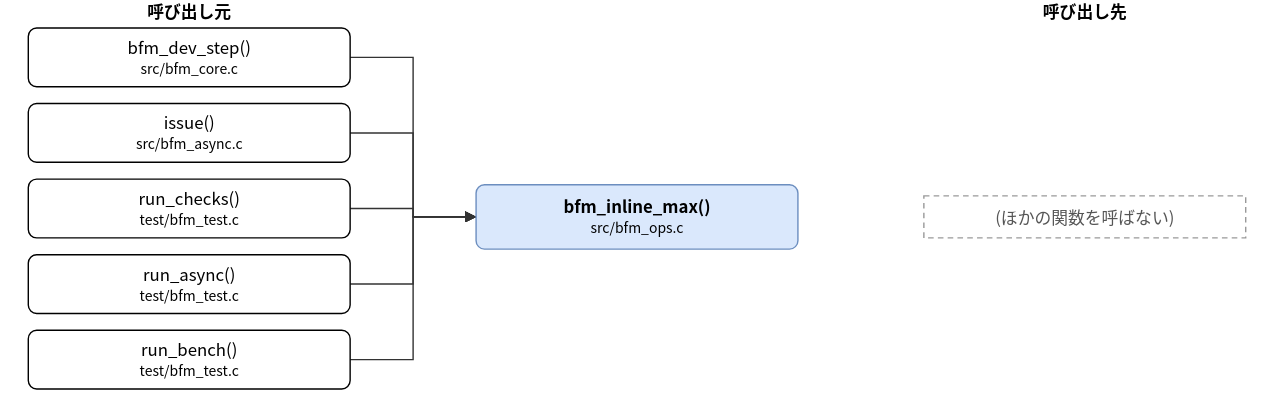
Earlier version of the draw.io export doc/spec/images/call_src_bfm_ops-bfm_inline_max.drawio.svg (hf355051012-ai/bfmem). Source tidied: cells renumbered, new cells last; positions are measured from the earlier drawing's top-left corner, leaving out a move shared by most shapes.
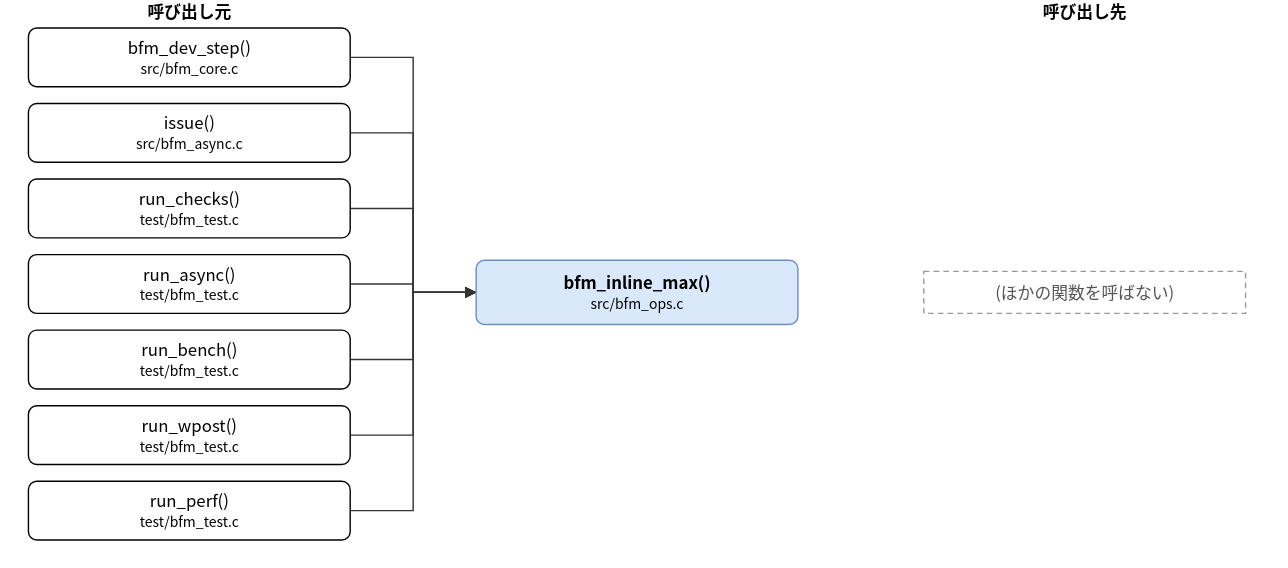
Later version of the same file.

What changed in the source:
```diff
@@ -3,7 +3,7 @@
     <mxCell id="0" />
     <mxCell id="1" parent="0" />
     <mxCell id="2" value="bfm_inline_max()&lt;br&gt;&lt;font style=&quot;font-size:10px&quot;&gt;src/bfm_ops.c&lt;/font&gt;" style="rounded=1;whiteSpace=wrap;html=1;fillColor=#dae8fc;strokeColor=#6c8ebf;fontStyle=1;" parent="1" vertex="1">
-      <mxGeometry x="320" y="132" width="230" height="46" as="geometry" />
+      <mxGeometry x="320" y="186" width="230" height="46" as="geometry" />
     </mxCell>
     <mxCell id="3" value="bfm_dev_step()&lt;br&gt;&lt;font style=&quot;font-size:10px&quot;&gt;src/bfm_core.c&lt;/font&gt;" style="rounded=1;whiteSpace=wrap;html=1;" parent="1" vertex="1">
       <mxGeometry y="20" width="230" height="42" as="geometry" />
@@ -20,14 +20,20 @@
     <mxCell id="7" value="run_bench()&lt;br&gt;&lt;font style=&quot;font-size:10px&quot;&gt;test/bfm_test.c&lt;/font&gt;" style="rounded=1;whiteSpace=wrap;html=1;" parent="1" vertex="1">
       <mxGeometry y="236" width="230" height="42" as="geometry" />
     </mxCell>
+    <mxCell id="16" value="run_wpost()&lt;br&gt;&lt;font style=&quot;font-size:10px&quot;&gt;test/bfm_test.c&lt;/font&gt;" style="rounded=1;whiteSpace=wrap;html=1;" parent="1" vertex="1">
+      <mxGeometry y="290" width="230" height="42" as="geometry" />
+    </mxCell>
+    <mxCell id="17" value="run_perf()&lt;br&gt;&lt;font style=&quot;font-size:10px&quot;&gt;test/bfm_test.c&lt;/font&gt;" style="rounded=1;whiteSpace=wrap;html=1;" parent="1" vertex="1">
+      <mxGeometry y="344" width="230" height="42" as="geometry" />
+    </mxCell>
     <mxCell id="8" value="(ほかの関数を呼ばない)" style="rounded=0;whiteSpace=wrap;html=1;dashed=1;strokeColor=#999999;fontColor=#555555;dashed=1;" parent="1" vertex="1">
-      <mxGeometry x="640" y="140" width="230" height="30" as="geometry" />
+      <mxGeometry x="640" y="194" width="230" height="30" as="geometry" />
     </mxCell>
     <mxCell id="9" style="edgeStyle=none;html=1;rounded=0;endArrow=block;endFill=1;exitX=1.0000;exitY=0.5000;exitDx=0;exitDy=0;exitPerimeter=0;entryX=0.0000;entryY=0.5000;entryDx=0;entryDy=0;entryPerimeter=0;" parent="1" edge="1" source="3" target="2">
       <mxGeometry relative="1" as="geometry">
         <Array as="points">
           <mxPoint x="275" y="41" />
-          <mxPoint x="275" y="155" />
+          <mxPoint x="275" y="209" />
         </Array>
       </mxGeometry>
     </mxCell>
@@ -35,7 +41,7 @@
       <mxGeometry relative="1" as="geometry">
         <Array as="points">
           <mxPoint x="275" y="95" />
-          <mxPoint x="275" y="155" />
+          <mxPoint x="275" y="209" />
         </Array>
       </mxGeometry>
     </mxCell>
@@ -43,7 +49,7 @@
       <mxGeometry relative="1" as="geometry">
         <Array as="points">
           <mxPoint x="275" y="149" />
-          <mxPoint x="275" y="155" />
+          <mxPoint x="275" y="209" />
         </Array>
       </mxGeometry>
     </mxCell>
@@ -51,7 +57,7 @@
       <mxGeometry relative="1" as="geometry">
         <Array as="points">
           <mxPoint x="275" y="203" />
-          <mxPoint x="275" y="155" />
+          <mxPoint x="275" y="209" />
         </Array>
       </mxGeometry>
     </mxCell>
@@ -59,10 +65,26 @@
       <mxGeometry relative="1" as="geometry">
         <Array as="points">
           <mxPoint x="275" y="257" />
-          <mxPoint x="275" y="155" />
+          <mxPoint x="275" y="209" />
         </Array>
       </mxGeometry>
     </mxCell>
+    <mxCell id="18" style="edgeStyle=none;html=1;rounded=0;endArrow=block;endFill=1;exitX=1.0000;exitY=0.5000;exitDx=0;exitDy=0;exitPerimeter=0;entryX=0.0000;entryY=0.5000;entryDx=0;entryDy=0;entryPerimeter=0;" parent="1" edge="1" source="16" target="2">
+      <mxGeometry relative="1" as="geometry">
+        <Array as="points">
+          <mxPoint x="275" y="311" />
+          <mxPoint x="275" y="209" />
+        </Array>
+      </mxGeometry>
+    </mxCell>
+    <mxCell id="19" style="edgeStyle=none;html=1;rounded=0;endArrow=block;endFill=1;exitX=1.0000;exitY=0.5000;exitDx=0;exitDy=0;exitPerimeter=0;entryX=0.0000;entryY=0.5000;entryDx=0;entryDy=0;entryPerimeter=0;" parent="1" edge="1" source="17" target="2">
+      <mxGeometry relative="1" as="geometry">
+        <Array as="points">
+          <mxPoint x="275" y="365" />
+          <mxPoint x="275" y="209" />
+        </Array>
+      </mxGeometry>
+    </mxCell>
     <mxCell id="14" value="呼び出し元" style="text;html=1;align=center;fontStyle=1;" parent="1" vertex="1">
       <mxGeometry x="35" width="160" height="18" as="geometry" />
     </mxCell>
```
